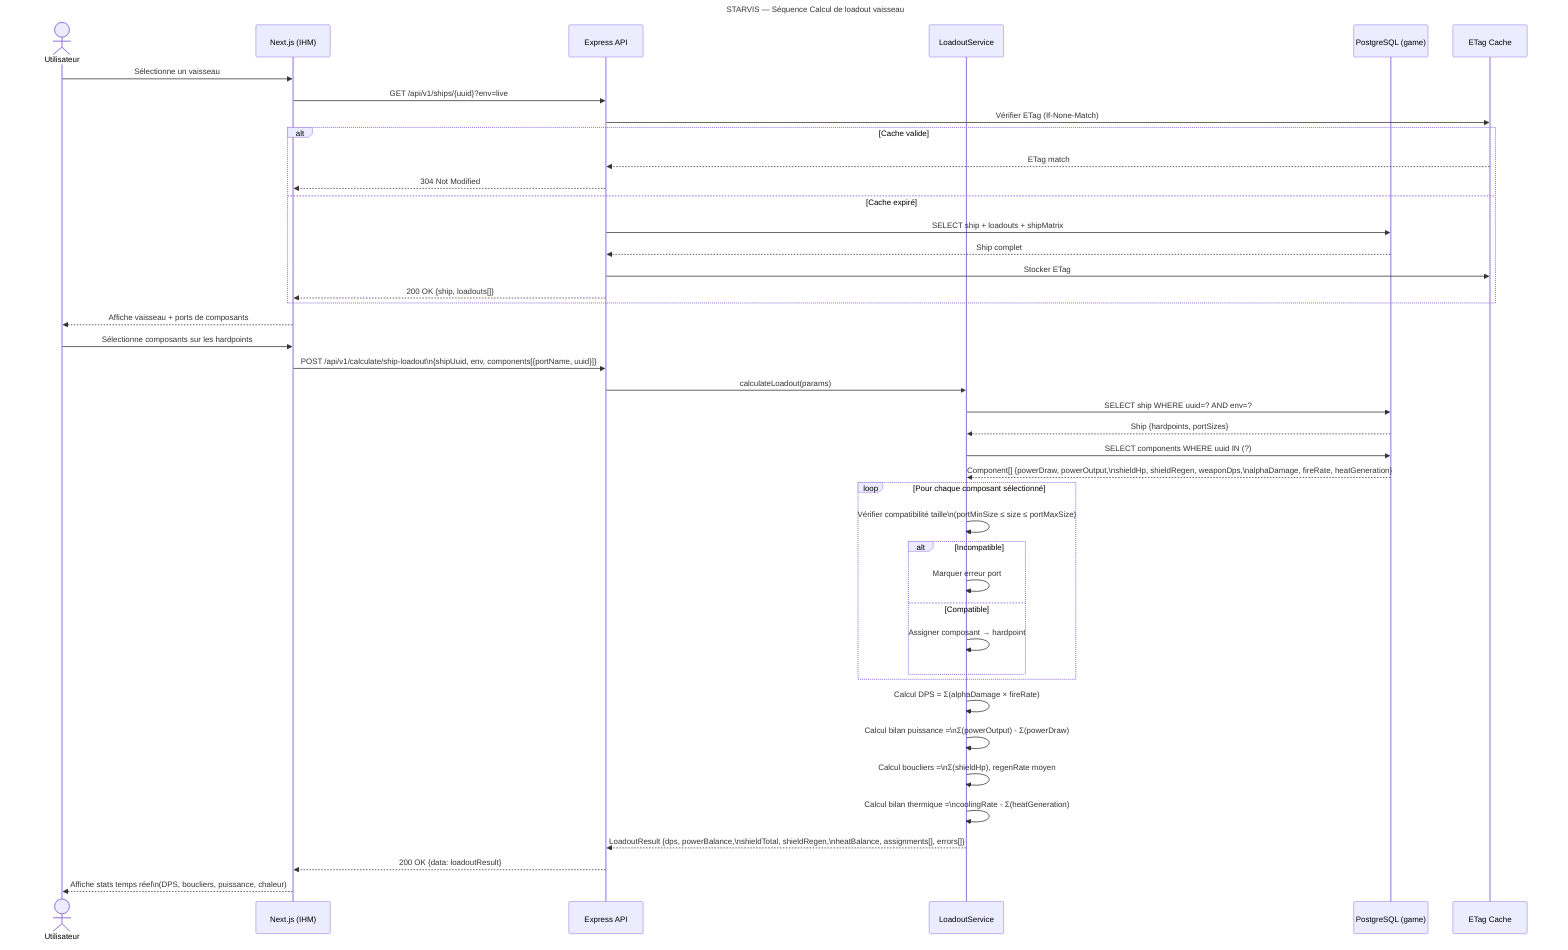
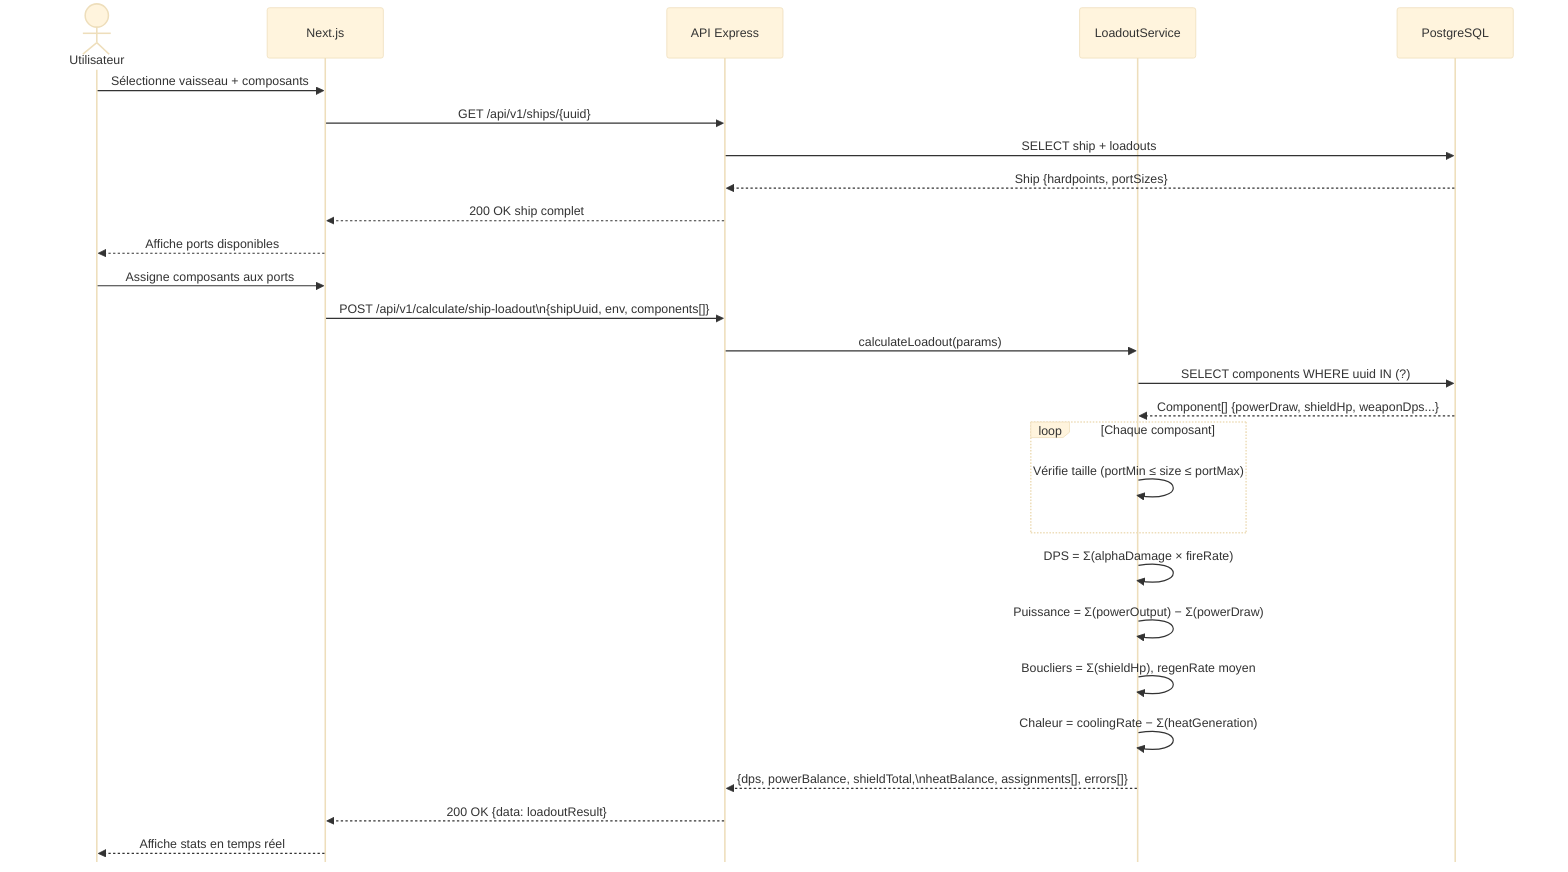
- ---
- title: STARVIS — Séquence Calcul de loadout vaisseau
- ---
+ %%{init: {'theme': 'base', 'themeVariables': {'fontSize': '13px', 'fontFamily': 'Arial'}, 'sequence': {'actorFontSize': 13, 'messageFontSize': 12, 'mirrorActors': false, 'useMaxWidth': true, 'boxMargin': 8}}}%%
sequenceDiagram
    actor U as Utilisateur
-     participant IHM as Next.js (IHM)
-     participant API as Express API
+     participant IHM as Next.js
+     participant API as API Express
    participant LS as LoadoutService
-     participant DB as PostgreSQL (game)
-     participant Cache as ETag Cache
+     participant DB as PostgreSQL

-     U->>IHM: Sélectionne un vaisseau
-     IHM->>API: GET /api/v1/ships/{uuid}?env=live
-     API->>Cache: Vérifier ETag (If-None-Match)
-     alt Cache valide
-         Cache-->>API: ETag match
-         API-->>IHM: 304 Not Modified
-     else Cache expiré
-         API->>DB: SELECT ship + loadouts + shipMatrix
-         DB-->>API: Ship complet
-         API->>Cache: Stocker ETag
-         API-->>IHM: 200 OK {ship, loadouts[]}
+     U->>IHM: Sélectionne vaisseau + composants
+     IHM->>API: GET /api/v1/ships/{uuid}
+     API->>DB: SELECT ship + loadouts
+     DB-->>API: Ship {hardpoints, portSizes}
+     API-->>IHM: 200 OK ship complet
+     IHM-->>U: Affiche ports disponibles
+ 
+     U->>IHM: Assigne composants aux ports
+     IHM->>API: POST /api/v1/calculate/ship-loadout\n{shipUuid, env, components[]}
+     API->>LS: calculateLoadout(params)
+ 
+     LS->>DB: SELECT components WHERE uuid IN (?)
+     DB-->>LS: Component[] {powerDraw, shieldHp, weaponDps...}
+ 
+     loop Chaque composant
+         LS->>LS: Vérifie taille (portMin ≤ size ≤ portMax)
    end

-     IHM-->>U: Affiche vaisseau + ports de composants
-     U->>IHM: Sélectionne composants sur les hardpoints
-     IHM->>API: POST /api/v1/calculate/ship-loadout\n{shipUuid, env, components[{portName, uuid}]}
+     LS->>LS: DPS = Σ(alphaDamage × fireRate)
+     LS->>LS: Puissance = Σ(powerOutput) − Σ(powerDraw)
+     LS->>LS: Boucliers = Σ(shieldHp), regenRate moyen
+     LS->>LS: Chaleur = coolingRate − Σ(heatGeneration)

-     API->>LS: calculateLoadout(params)
-     LS->>DB: SELECT ship WHERE uuid=? AND env=?
-     DB-->>LS: Ship {hardpoints, portSizes}
- 
-     LS->>DB: SELECT components WHERE uuid IN (?)
-     DB-->>LS: Component[] {powerDraw, powerOutput,\nshieldHp, shieldRegen, weaponDps,\nalphaDamage, fireRate, heatGeneration}
- 
-     loop Pour chaque composant sélectionné
-         LS->>LS: Vérifier compatibilité taille\n(portMinSize ≤ size ≤ portMaxSize)
-         alt Incompatible
-             LS->>LS: Marquer erreur port
-         else Compatible
-             LS->>LS: Assigner composant → hardpoint
-         end
-     end
- 
-     LS->>LS: Calcul DPS = Σ(alphaDamage × fireRate)
-     LS->>LS: Calcul bilan puissance =\nΣ(powerOutput) - Σ(powerDraw)
-     LS->>LS: Calcul boucliers =\nΣ(shieldHp), regenRate moyen
-     LS->>LS: Calcul bilan thermique =\ncoolingRate - Σ(heatGeneration)
- 
-     LS-->>API: LoadoutResult {dps, powerBalance,\nshieldTotal, shieldRegen,\nheatBalance, assignments[], errors[]}
+     LS-->>API: {dps, powerBalance, shieldTotal,\nheatBalance, assignments[], errors[]}
    API-->>IHM: 200 OK {data: loadoutResult}
-     IHM-->>U: Affiche stats temps réel\n(DPS, boucliers, puissance, chaleur)
+     IHM-->>U: Affiche stats en temps réel
